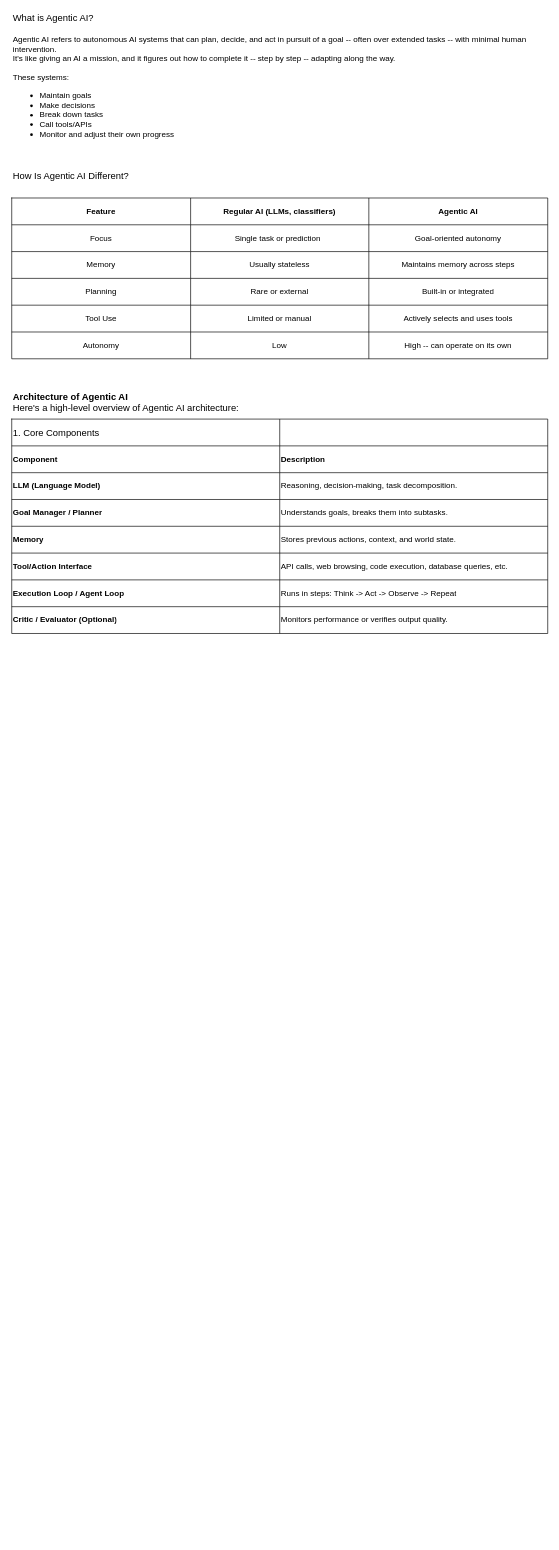
The draw.io diagram AgenticAI.drawio in tyk1hc/drawio, before the edit. Source tidied: cells renumbered, new cells numbered last; positions are measured from the earlier drawing's top-left corner, leaving out a move shared by most shapes. Both pictures are drawn from the tidied source at 67%, with x=0, y=0 at pixel (11, 30).
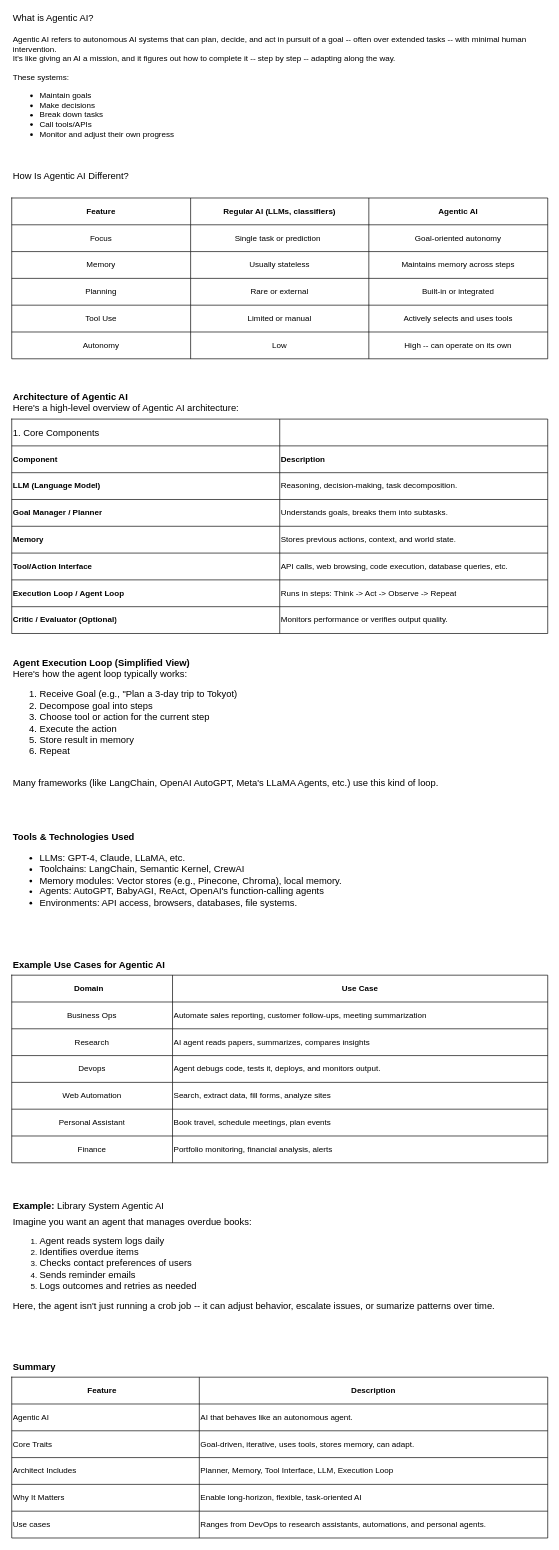
Above is the later version.

Change to the diagram source:
```diff
@@
+    <mxCell id="55" value="&lt;div&gt;&lt;b&gt;Agent Execution Loop (Simplified View)&lt;br&gt;&lt;/b&gt;&lt;/div&gt;&lt;div&gt;Here's how the agent loop typically works:&lt;/div&gt;&lt;div&gt;&lt;ol&gt;&lt;li&gt;Receive Goal (e.g., &quot;Plan a 3-day trip to Tokyot)&lt;/li&gt;&lt;li&gt;Decompose goal into steps&lt;/li&gt;&lt;li&gt;Choose tool or action for the current step&lt;/li&gt;&lt;li&gt;Execute the action&lt;/li&gt;&lt;li&gt;Store result in memory&lt;/li&gt;&lt;li&gt;Repeat &lt;br&gt;&lt;/li&gt;&lt;/ol&gt;&lt;div&gt;&lt;br&gt;&lt;/div&gt;&lt;div&gt;Many frameworks (like LangChain, OpenAI AutoGPT, Meta's LLaMA Agents, etc.) use this kind of loop.&lt;/div&gt;&lt;div&gt;&lt;br&gt;&lt;/div&gt;&lt;/div&gt;&lt;div&gt;&lt;br&gt;&lt;/div&gt;" style="text;html=1;align=left;verticalAlign=middle;whiteSpace=wrap;rounded=0;fontSize=14;" parent="1" vertex="1">
+      <mxGeometry y="980" width="800" height="140" as="geometry" />
+    </mxCell>
+    <mxCell id="56" value="&lt;div&gt;Tools &amp;amp; Technologies Used&lt;/div&gt;&lt;div&gt;&lt;ul&gt;&lt;li&gt;&lt;span style=&quot;font-weight: normal;&quot;&gt;LLMs: GPT-4, Claude, LLaMA, etc.&lt;/span&gt;&lt;/li&gt;&lt;li&gt;&lt;span style=&quot;font-weight: normal;&quot;&gt;Toolchains: LangChain, Semantic Kernel, CrewAI&lt;/span&gt;&lt;/li&gt;&lt;li&gt;&lt;span style=&quot;font-weight: normal;&quot;&gt;Memory modules: Vector stores (e.g., Pinecone, Chroma), local memory.&lt;/span&gt;&lt;/li&gt;&lt;li&gt;&lt;span style=&quot;font-weight: normal;&quot;&gt;Agents: AutoGPT, BabyAGI, ReAct, OpenAI's function-calling agents&lt;/span&gt;&lt;/li&gt;&lt;li&gt;&lt;span style=&quot;font-weight: normal;&quot;&gt;Environments: API access, browsers, databases, file systems.&lt;br&gt;&lt;/span&gt;&lt;/li&gt;&lt;/ul&gt;&lt;/div&gt;" style="text;html=1;align=left;verticalAlign=middle;whiteSpace=wrap;rounded=0;fontStyle=1;fontSize=14;" parent="1" vertex="1">
+      <mxGeometry y="1200" width="800" height="120" as="geometry" />
+    </mxCell>
+    <mxCell id="57" value="&lt;font style=&quot;font-size: 14px;&quot;&gt;&lt;b&gt;Example Use Cases for Agentic AI&lt;/b&gt;&lt;/font&gt;" style="text;html=1;align=left;verticalAlign=middle;whiteSpace=wrap;rounded=0;" parent="1" vertex="1">
+      <mxGeometry y="1380" width="800" height="30" as="geometry" />
+    </mxCell>
+    <mxCell id="58" style="shape=table;startSize=0;childLayout=tableLayout;" parent="1" vertex="1">
+      <mxGeometry y="1410" width="800" height="280" as="geometry" />
+    </mxCell>
+    <mxCell id="59" style="shape=tableRow;horizontal=0;startSize=0;swimlaneHead=0;swimlaneBody=0;strokeColor=inherit;top=0;left=0;bottom=0;right=0;fillColor=none;" parent="58" vertex="1">
+      <mxGeometry width="800" height="40" as="geometry" />
+    </mxCell>
+    <mxCell id="60" value="&lt;b&gt;Domain&lt;span style=&quot;white-space: pre;&quot;&gt;&#9;&lt;/span&gt;&lt;/b&gt;" style="shape=partialRectangle;html=1;whiteSpace=wrap;strokeColor=inherit;overflow=hidden;fillColor=none;top=0;left=0;bottom=0;right=0;" parent="59" vertex="1">
+      <mxGeometry width="240" height="40" as="geometry" />
+    </mxCell>
+    <mxCell id="61" value="&lt;b&gt;Use Case&lt;/b&gt;" style="shape=partialRectangle;html=1;whiteSpace=wrap;strokeColor=inherit;overflow=hidden;fillColor=none;top=0;left=0;bottom=0;right=0;" parent="59" vertex="1">
+      <mxGeometry x="240" width="560" height="40" as="geometry" />
+    </mxCell>
+    <mxCell id="62" style="shape=tableRow;horizontal=0;startSize=0;swimlaneHead=0;swimlaneBody=0;strokeColor=inherit;top=0;left=0;bottom=0;right=0;fillColor=none;" parent="58" vertex="1">
+      <mxGeometry y="40" width="800" height="40" as="geometry" />
+    </mxCell>
+    <mxCell id="63" value="Business Ops" style="shape=partialRectangle;html=1;whiteSpace=wrap;strokeColor=inherit;overflow=hidden;fillColor=none;top=0;left=0;bottom=0;right=0;" parent="62" vertex="1">
+      <mxGeometry width="240" height="40" as="geometry" />
+    </mxCell>
+    <mxCell id="64" value="&lt;div align=&quot;left&quot;&gt;Automate sales reporting, customer follow-ups, meeting summarization&lt;/div&gt;" style="shape=partialRectangle;html=1;whiteSpace=wrap;strokeColor=inherit;overflow=hidden;fillColor=none;top=0;left=0;bottom=0;right=0;align=left;" parent="62" vertex="1">
+      <mxGeometry x="240" width="560" height="40" as="geometry" />
+    </mxCell>
+    <mxCell id="65" style="shape=tableRow;horizontal=0;startSize=0;swimlaneHead=0;swimlaneBody=0;strokeColor=inherit;top=0;left=0;bottom=0;right=0;fillColor=none;" parent="58" vertex="1">
+      <mxGeometry y="80" width="800" height="40" as="geometry" />
+    </mxCell>
+    <mxCell id="66" value="Research" style="shape=partialRectangle;html=1;whiteSpace=wrap;strokeColor=inherit;overflow=hidden;fillColor=none;top=0;left=0;bottom=0;right=0;" parent="65" vertex="1">
+      <mxGeometry width="240" height="40" as="geometry" />
+    </mxCell>
+    <mxCell id="67" value="&lt;div align=&quot;left&quot;&gt;AI agent reads papers, summarizes, compares insights&lt;/div&gt;" style="shape=partialRectangle;html=1;whiteSpace=wrap;strokeColor=inherit;overflow=hidden;fillColor=none;top=0;left=0;bottom=0;right=0;align=left;" parent="65" vertex="1">
+      <mxGeometry x="240" width="560" height="40" as="geometry" />
+    </mxCell>
+    <mxCell id="68" style="shape=tableRow;horizontal=0;startSize=0;swimlaneHead=0;swimlaneBody=0;strokeColor=inherit;top=0;left=0;bottom=0;right=0;fillColor=none;" parent="58" vertex="1">
+      <mxGeometry y="120" width="800" height="40" as="geometry" />
+    </mxCell>
+    <mxCell id="69" value="Devops" style="shape=partialRectangle;html=1;whiteSpace=wrap;strokeColor=inherit;overflow=hidden;fillColor=none;top=0;left=0;bottom=0;right=0;" parent="68" vertex="1">
+      <mxGeometry width="240" height="40" as="geometry" />
+    </mxCell>
+    <mxCell id="70" value="Agent debugs code, tests it, deploys, and monitors output." style="shape=partialRectangle;html=1;whiteSpace=wrap;strokeColor=inherit;overflow=hidden;fillColor=none;top=0;left=0;bottom=0;right=0;align=left;" parent="68" vertex="1">
+      <mxGeometry x="240" width="560" height="40" as="geometry" />
+    </mxCell>
+    <mxCell id="71" style="shape=tableRow;horizontal=0;startSize=0;swimlaneHead=0;swimlaneBody=0;strokeColor=inherit;top=0;left=0;bottom=0;right=0;fillColor=none;" parent="58" vertex="1">
+      <mxGeometry y="160" width="800" height="40" as="geometry" />
+    </mxCell>
+    <mxCell id="72" value="Web Automation" style="shape=partialRectangle;html=1;whiteSpace=wrap;strokeColor=inherit;overflow=hidden;fillColor=none;top=0;left=0;bottom=0;right=0;" parent="71" vertex="1">
+      <mxGeometry width="240" height="40" as="geometry" />
+    </mxCell>
+    <mxCell id="73" value="Search, extract data, fill forms, analyze sites" style="shape=partialRectangle;html=1;whiteSpace=wrap;strokeColor=inherit;overflow=hidden;fillColor=none;top=0;left=0;bottom=0;right=0;align=left;" parent="71" vertex="1">
+      <mxGeometry x="240" width="560" height="40" as="geometry" />
+    </mxCell>
+    <mxCell id="74" style="shape=tableRow;horizontal=0;startSize=0;swimlaneHead=0;swimlaneBody=0;strokeColor=inherit;top=0;left=0;bottom=0;right=0;fillColor=none;" parent="58" vertex="1">
+      <mxGeometry y="200" width="800" height="40" as="geometry" />
+    </mxCell>
+    <mxCell id="75" value="Personal Assistant" style="shape=partialRectangle;html=1;whiteSpace=wrap;strokeColor=inherit;overflow=hidden;fillColor=none;top=0;left=0;bottom=0;right=0;" parent="74" vertex="1">
+      <mxGeometry width="240" height="40" as="geometry" />
+    </mxCell>
+    <mxCell id="76" value="Book travel, schedule meetings, plan events" style="shape=partialRectangle;html=1;whiteSpace=wrap;strokeColor=inherit;overflow=hidden;fillColor=none;top=0;left=0;bottom=0;right=0;align=left;" parent="74" vertex="1">
+      <mxGeometry x="240" width="560" height="40" as="geometry" />
+    </mxCell>
+    <mxCell id="77" style="shape=tableRow;horizontal=0;startSize=0;swimlaneHead=0;swimlaneBody=0;strokeColor=inherit;top=0;left=0;bottom=0;right=0;fillColor=none;" parent="58" vertex="1">
+      <mxGeometry y="240" width="800" height="40" as="geometry" />
+    </mxCell>
+    <mxCell id="78" value="Finance" style="shape=partialRectangle;html=1;whiteSpace=wrap;strokeColor=inherit;overflow=hidden;fillColor=none;top=0;left=0;bottom=0;right=0;" parent="77" vertex="1">
+      <mxGeometry width="240" height="40" as="geometry" />
+    </mxCell>
+    <mxCell id="79" value="Portfolio monitoring, financial analysis, alerts" style="shape=partialRectangle;html=1;whiteSpace=wrap;strokeColor=inherit;overflow=hidden;fillColor=none;top=0;left=0;bottom=0;right=0;align=left;" parent="77" vertex="1">
+      <mxGeometry x="240" width="560" height="40" as="geometry" />
+    </mxCell>
+    <mxCell id="80" value="&lt;font style=&quot;font-size: 14px;&quot;&gt;&lt;b&gt;Example: &lt;/b&gt;Library System Agentic AI&lt;b&gt;&lt;br&gt;&lt;/b&gt;&lt;/font&gt;" style="text;html=1;align=left;verticalAlign=middle;whiteSpace=wrap;rounded=0;" parent="1" vertex="1">
+      <mxGeometry y="1740" width="800" height="30" as="geometry" />
+    </mxCell>
+    <mxCell id="81" value="&lt;div&gt;&lt;font style=&quot;font-size: 14px;&quot;&gt;Imagine you want an agent that manages overdue books:&lt;/font&gt;&lt;/div&gt;&lt;div&gt;&lt;ol&gt;&lt;li&gt;&lt;font style=&quot;font-size: 14px;&quot;&gt;Agent reads system logs daily&lt;/font&gt;&lt;/li&gt;&lt;li&gt;&lt;font style=&quot;font-size: 14px;&quot;&gt;Identifies overdue items&lt;/font&gt;&lt;/li&gt;&lt;li&gt;&lt;font style=&quot;font-size: 14px;&quot;&gt;Checks contact preferences of users&lt;/font&gt;&lt;/li&gt;&lt;li&gt;&lt;font style=&quot;font-size: 14px;&quot;&gt;Sends reminder emails&lt;/font&gt;&lt;/li&gt;&lt;li&gt;&lt;font style=&quot;font-size: 14px;&quot;&gt;Logs outcomes and retries as needed&lt;/font&gt;&lt;/li&gt;&lt;/ol&gt;&lt;div&gt;&lt;font style=&quot;font-size: 13px;&quot;&gt;&lt;font style=&quot;font-size: 14px;&quot;&gt;Here, the agent isn't just running a crob job -- it can adjust behavior, escalate issues, or sumarize patterns over time.&lt;/font&gt;&lt;br&gt;&lt;/font&gt;&lt;/div&gt;&lt;/div&gt;" style="text;html=1;align=left;verticalAlign=middle;whiteSpace=wrap;rounded=0;" parent="1" vertex="1">
+      <mxGeometry y="1790" width="790" height="100" as="geometry" />
+    </mxCell>
+    <mxCell id="82" value="&lt;font style=&quot;font-size: 14px;&quot;&gt;&lt;b&gt;Summary&lt;/b&gt;&lt;b&gt;&lt;br&gt;&lt;/b&gt;&lt;/font&gt;" style="text;html=1;align=left;verticalAlign=middle;whiteSpace=wrap;rounded=0;" parent="1" vertex="1">
+      <mxGeometry y="1980" width="800" height="30" as="geometry" />
+    </mxCell>
+    <mxCell id="83" style="shape=table;startSize=0;childLayout=tableLayout;" parent="1" vertex="1">
+      <mxGeometry y="2010" width="800" height="240" as="geometry" />
+    </mxCell>
+    <mxCell id="84" style="shape=tableRow;horizontal=0;startSize=0;swimlaneHead=0;swimlaneBody=0;strokeColor=inherit;top=0;left=0;bottom=0;right=0;fillColor=none;" parent="83" vertex="1">
+      <mxGeometry width="800" height="40" as="geometry" />
+    </mxCell>
+    <mxCell id="85" value="&lt;b&gt;Feature&lt;span style=&quot;white-space: pre;&quot;&gt;&#9;&lt;/span&gt;&lt;/b&gt;" style="shape=partialRectangle;html=1;whiteSpace=wrap;strokeColor=inherit;overflow=hidden;fillColor=none;top=0;left=0;bottom=0;right=0;" parent="84" vertex="1">
+      <mxGeometry width="280" height="40" as="geometry" />
+    </mxCell>
+    <mxCell id="86" value="&lt;b&gt;Description&lt;/b&gt;" style="shape=partialRectangle;html=1;whiteSpace=wrap;strokeColor=inherit;overflow=hidden;fillColor=none;top=0;left=0;bottom=0;right=0;" parent="84" vertex="1">
+      <mxGeometry x="280" width="520" height="40" as="geometry" />
+    </mxCell>
+    <mxCell id="87" style="shape=tableRow;horizontal=0;startSize=0;swimlaneHead=0;swimlaneBody=0;strokeColor=inherit;top=0;left=0;bottom=0;right=0;fillColor=none;" parent="83" vertex="1">
+      <mxGeometry y="40" width="800" height="40" as="geometry" />
+    </mxCell>
+    <mxCell id="88" value="Agentic AI" style="shape=partialRectangle;html=1;whiteSpace=wrap;strokeColor=inherit;overflow=hidden;fillColor=none;top=0;left=0;bottom=0;right=0;align=left;" parent="87" vertex="1">
+      <mxGeometry width="280" height="40" as="geometry" />
+    </mxCell>
+    <mxCell id="89" value="AI that behaves like an autonomous agent." style="shape=partialRectangle;html=1;whiteSpace=wrap;strokeColor=inherit;overflow=hidden;fillColor=none;top=0;left=0;bottom=0;right=0;align=left;" parent="87" vertex="1">
+      <mxGeometry x="280" width="520" height="40" as="geometry" />
+    </mxCell>
+    <mxCell id="90" style="shape=tableRow;horizontal=0;startSize=0;swimlaneHead=0;swimlaneBody=0;strokeColor=inherit;top=0;left=0;bottom=0;right=0;fillColor=none;" parent="83" vertex="1">
+      <mxGeometry y="80" width="800" height="40" as="geometry" />
+    </mxCell>
+    <mxCell id="91" value="Core Traits&lt;span style=&quot;white-space: pre;&quot;&gt;&#9;&lt;/span&gt;" style="shape=partialRectangle;html=1;whiteSpace=wrap;strokeColor=inherit;overflow=hidden;fillColor=none;top=0;left=0;bottom=0;right=0;align=left;" parent="90" vertex="1">
+      <mxGeometry width="280" height="40" as="geometry" />
+    </mxCell>
+    <mxCell id="92" value="Goal-driven, iterative, uses tools, stores memory, can adapt." style="shape=partialRectangle;html=1;whiteSpace=wrap;strokeColor=inherit;overflow=hidden;fillColor=none;top=0;left=0;bottom=0;right=0;align=left;" parent="90" vertex="1">
+      <mxGeometry x="280" width="520" height="40" as="geometry" />
+    </mxCell>
+    <mxCell id="93" style="shape=tableRow;horizontal=0;startSize=0;swimlaneHead=0;swimlaneBody=0;strokeColor=inherit;top=0;left=0;bottom=0;right=0;fillColor=none;" parent="83" vertex="1">
+      <mxGeometry y="120" width="800" height="40" as="geometry" />
+    </mxCell>
+    <mxCell id="94" value="Architect Includes" style="shape=partialRectangle;html=1;whiteSpace=wrap;strokeColor=inherit;overflow=hidden;fillColor=none;top=0;left=0;bottom=0;right=0;align=left;" parent="93" vertex="1">
+      <mxGeometry width="280" height="40" as="geometry" />
+    </mxCell>
+    <mxCell id="95" value="Planner, Memory, Tool Interface, LLM, Execution Loop" style="shape=partialRectangle;html=1;whiteSpace=wrap;strokeColor=inherit;overflow=hidden;fillColor=none;top=0;left=0;bottom=0;right=0;align=left;" parent="93" vertex="1">
+      <mxGeometry x="280" width="520" height="40" as="geometry" />
+    </mxCell>
+    <mxCell id="96" style="shape=tableRow;horizontal=0;startSize=0;swimlaneHead=0;swimlaneBody=0;strokeColor=inherit;top=0;left=0;bottom=0;right=0;fillColor=none;" parent="83" vertex="1">
+      <mxGeometry y="160" width="800" height="40" as="geometry" />
+    </mxCell>
+    <mxCell id="97" value="Why It Matters" style="shape=partialRectangle;html=1;whiteSpace=wrap;strokeColor=inherit;overflow=hidden;fillColor=none;top=0;left=0;bottom=0;right=0;align=left;" parent="96" vertex="1">
+      <mxGeometry width="280" height="40" as="geometry" />
+    </mxCell>
+    <mxCell id="98" value="Enable long-horizon, flexible, task-oriented AI" style="shape=partialRectangle;html=1;whiteSpace=wrap;strokeColor=inherit;overflow=hidden;fillColor=none;top=0;left=0;bottom=0;right=0;align=left;" parent="96" vertex="1">
+      <mxGeometry x="280" width="520" height="40" as="geometry" />
+    </mxCell>
+    <mxCell id="99" style="shape=tableRow;horizontal=0;startSize=0;swimlaneHead=0;swimlaneBody=0;strokeColor=inherit;top=0;left=0;bottom=0;right=0;fillColor=none;" parent="83" vertex="1">
+      <mxGeometry y="200" width="800" height="40" as="geometry" />
+    </mxCell>
+    <mxCell id="100" value="Use cases" style="shape=partialRectangle;html=1;whiteSpace=wrap;strokeColor=inherit;overflow=hidden;fillColor=none;top=0;left=0;bottom=0;right=0;align=left;" parent="99" vertex="1">
+      <mxGeometry width="280" height="40" as="geometry" />
+    </mxCell>
+    <mxCell id="101" value="Ranges from DevOps to research assistants, automations, and personal agents." style="shape=partialRectangle;html=1;whiteSpace=wrap;strokeColor=inherit;overflow=hidden;fillColor=none;top=0;left=0;bottom=0;right=0;align=left;" parent="99" vertex="1">
+      <mxGeometry x="280" width="520" height="40" as="geometry" />
+    </mxCell>
```
